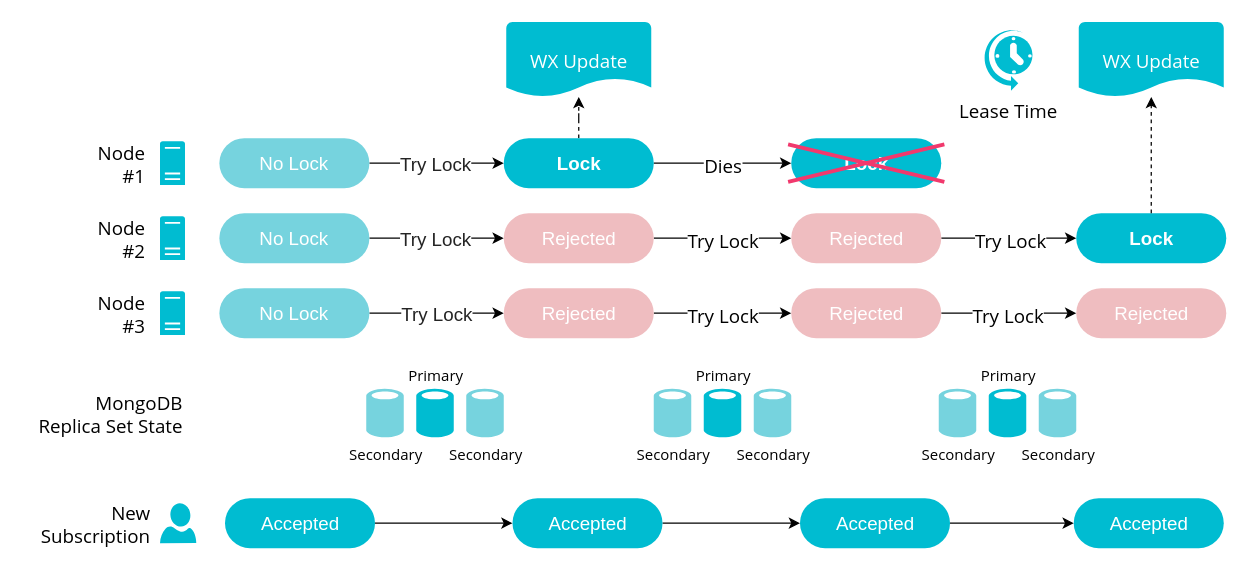
fvalka/AviatorsBot keeps this draw.io diagram as page "Node Failure" (2 of 4) of doc/HighlyAvailableLock.drawio. Above is the earlier version. Source tidied: cells renumbered, new cells numbered last; positions are measured from the earlier drawing's top-left corner, leaving out a move shared by most shapes. Both pictures are drawn from the tidied source at 125%, with x=0, y=0 at pixel (21, 21).
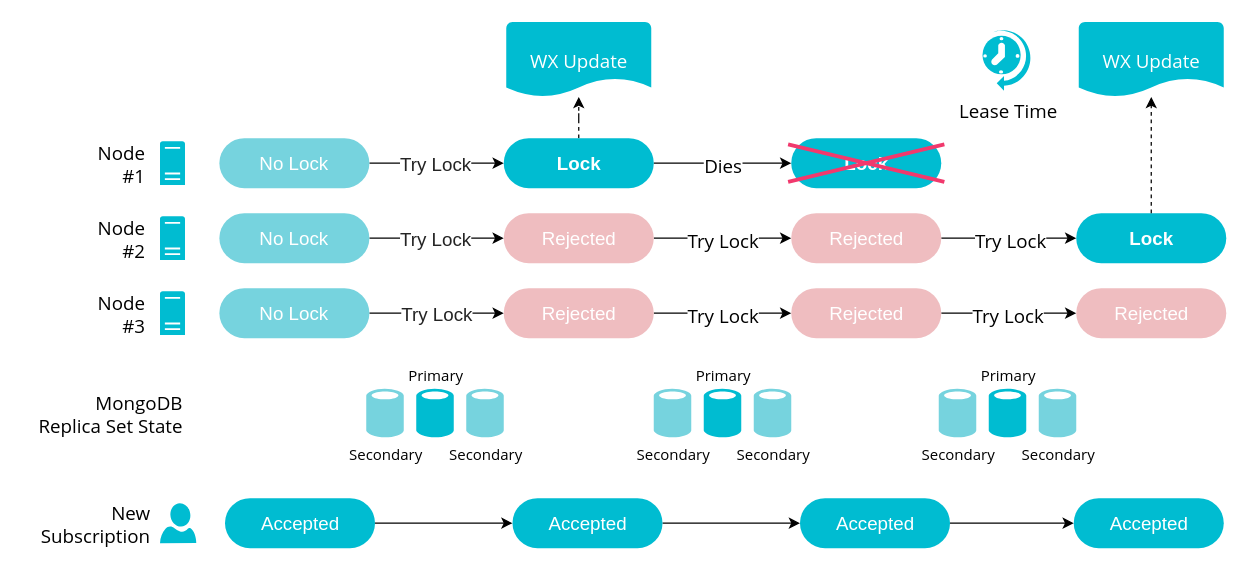
The same page after the edit.

The edit, as a diff of the source:
```diff
@@
-    <mxCell id="55" value="Lease Time" style="verticalLabelPosition=bottom;html=1;verticalAlign=top;align=center;strokeColor=none;fillColor=#00BCD1;shape=mxgraph.azure.scheduler;shadow=0;labelBackgroundColor=#ffffff;fontFamily=Open Sans;fontSize=15;fontColor=#000000;" parent="1" vertex="1">
+    <mxCell id="55" value="Lease Time" style="verticalLabelPosition=bottom;html=1;verticalAlign=top;align=center;strokeColor=none;fillColor=#00BCD1;shape=mxgraph.azure.scheduler;shadow=0;labelBackgroundColor=#ffffff;fontFamily=Open Sans;fontSize=15;fontColor=#000000;flipH=1;" parent="1" vertex="1">
       <mxGeometry x="768.5" y="5" width="40" height="50" as="geometry" />
     </mxCell>
```
